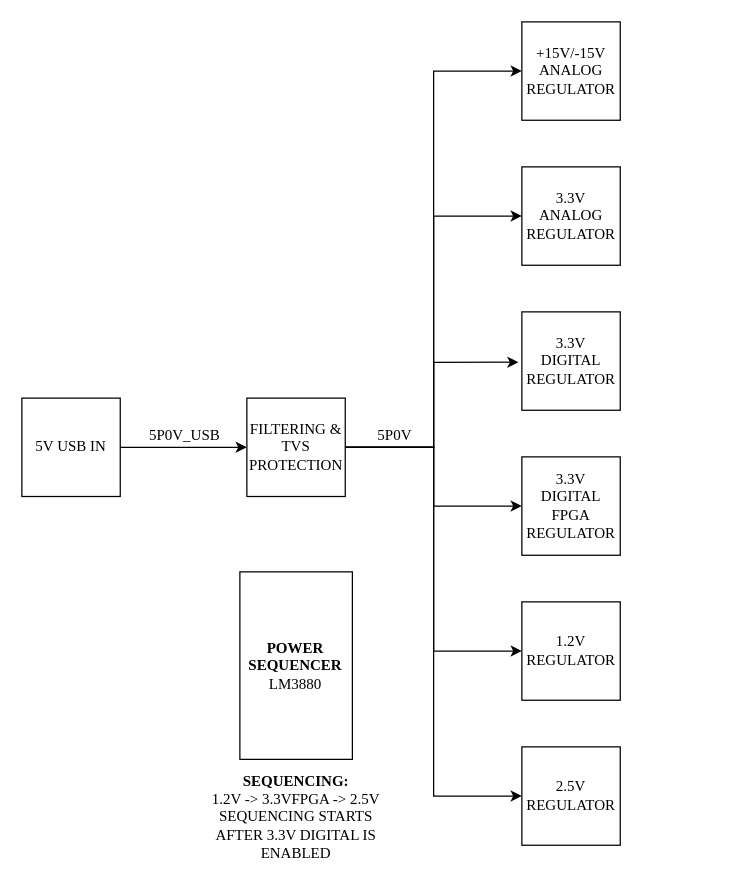
Before: page "Power" (2 of 4) of 1_hw/01_block_diagram/arb.drawio in brzyzek/arb, a draw.io diagram. Source tidied: cells renumbered, new cells numbered last; positions are measured from the earlier drawing's top-left corner, leaving out a move shared by most shapes. Both pictures are drawn from the tidied source at 125%, with x=0, y=0 at pixel (21, 21).
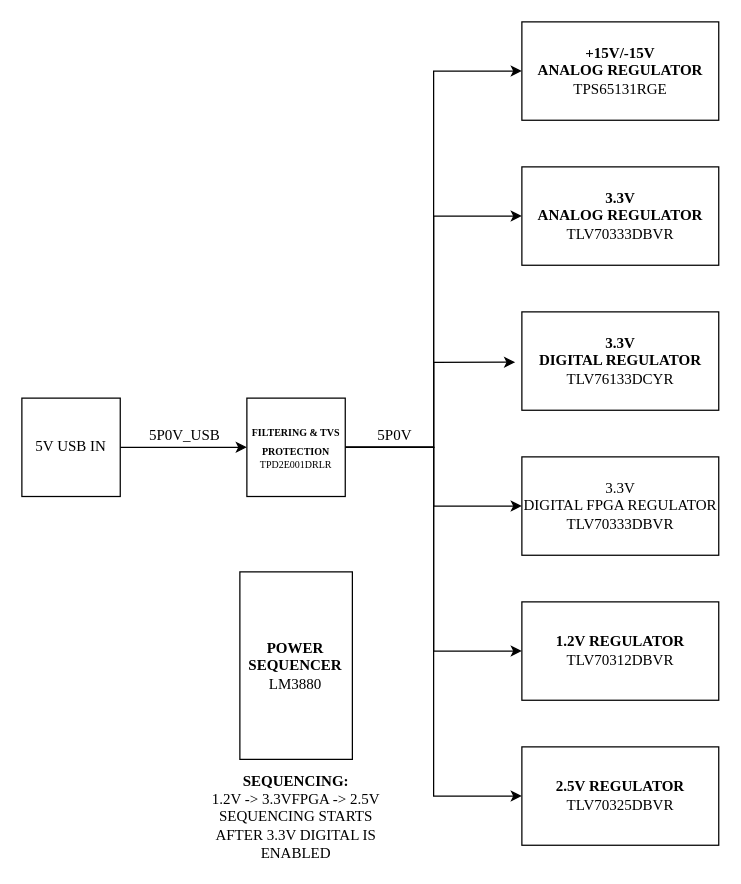
The same diagram, later.

Commit message (it also covers changes not shown here):
FEAT: Added Clocking Sheet, FPGA Flash, and FPGA Decoupling.

Diff of the diagram source:
```diff
@@
-    <mxCell id="2" value="1.2&lt;span style=&quot;background-color: initial;&quot;&gt;V REGULATOR&lt;/span&gt;" style="rounded=0;whiteSpace=wrap;html=1;fontFamily=Times New Roman;glass=0;shadow=0;" parent="1" vertex="1">
-      <mxGeometry x="400" y="464" width="78.7" height="78.7" as="geometry" />
+    <mxCell id="2" value="&lt;b&gt;1.2&lt;span style=&quot;background-color: initial;&quot;&gt;V REGULATOR&lt;/span&gt;&lt;/b&gt;&lt;div&gt;&lt;span style=&quot;background-color: initial;&quot;&gt;TLV70312DBVR&lt;br&gt;&lt;/span&gt;&lt;/div&gt;" style="rounded=0;whiteSpace=wrap;html=1;fontFamily=Times New Roman;glass=0;shadow=0;" parent="1" vertex="1">
+      <mxGeometry x="400" y="464" width="157.5" height="78.7" as="geometry" />
     </mxCell>
-    <mxCell id="3" value="3.3&lt;span style=&quot;background-color: initial;&quot;&gt;V&lt;/span&gt;&lt;div&gt;&lt;span style=&quot;background-color: initial;&quot;&gt;DIGITAL REGULATOR&lt;/span&gt;&lt;/div&gt;" style="rounded=0;whiteSpace=wrap;html=1;fontFamily=Times New Roman;glass=0;shadow=0;" parent="1" vertex="1">
-      <mxGeometry x="400" y="232" width="78.7" height="78.7" as="geometry" />
+    <mxCell id="3" value="&lt;b&gt;3.3&lt;span style=&quot;background-color: initial;&quot;&gt;V&lt;/span&gt;&lt;/b&gt;&lt;div&gt;&lt;span style=&quot;background-color: initial;&quot;&gt;&lt;b&gt;DIGITAL REGULATOR&lt;/b&gt;&lt;/span&gt;&lt;/div&gt;&lt;div&gt;&lt;span style=&quot;background-color: initial;&quot;&gt;TLV76133DCYR&lt;br&gt;&lt;/span&gt;&lt;/div&gt;" style="rounded=0;whiteSpace=wrap;html=1;fontFamily=Times New Roman;glass=0;shadow=0;" parent="1" vertex="1">
+      <mxGeometry x="400" y="232" width="157.5" height="78.7" as="geometry" />
     </mxCell>
@@
-    <mxCell id="14" value="FILTERING &amp;amp; TVS PROTECTION" style="rounded=0;whiteSpace=wrap;html=1;fontFamily=Times New Roman;glass=0;shadow=0;" parent="1" vertex="1">
+    <mxCell id="14" value="&lt;b style=&quot;font-size: 8px;&quot;&gt;&lt;font style=&quot;font-size: 8px;&quot;&gt;FILTERING &amp;amp; TVS PROTECTION&lt;/font&gt;&lt;/b&gt;&lt;div style=&quot;font-size: 8px;&quot;&gt;&lt;font style=&quot;font-size: 8px;&quot;&gt;TPD2E001DRLR&lt;/font&gt;&lt;br&gt;&lt;/div&gt;" style="rounded=0;whiteSpace=wrap;html=1;fontFamily=Times New Roman;glass=0;shadow=0;" parent="1" vertex="1">
       <mxGeometry x="180" y="301" width="78.7" height="78.7" as="geometry" />
     </mxCell>
-    <mxCell id="15" value="3.3&lt;span style=&quot;background-color: initial;&quot;&gt;V&lt;/span&gt;&lt;div&gt;&lt;span style=&quot;background-color: initial;&quot;&gt;ANALOG REGULATOR&lt;/span&gt;&lt;/div&gt;" style="rounded=0;whiteSpace=wrap;html=1;fontFamily=Times New Roman;glass=0;shadow=0;" parent="1" vertex="1">
-      <mxGeometry x="400" y="116" width="78.7" height="78.7" as="geometry" />
+    <mxCell id="15" value="&lt;b&gt;3.3&lt;span style=&quot;background-color: initial;&quot;&gt;V&lt;/span&gt;&lt;/b&gt;&lt;div&gt;&lt;span style=&quot;background-color: initial;&quot;&gt;&lt;b&gt;ANALOG REGULATOR&lt;/b&gt;&lt;/span&gt;&lt;/div&gt;&lt;div&gt;&lt;span style=&quot;background-color: initial;&quot;&gt;TLV70333DBVR&lt;br&gt;&lt;/span&gt;&lt;/div&gt;" style="rounded=0;whiteSpace=wrap;html=1;fontFamily=Times New Roman;glass=0;shadow=0;" parent="1" vertex="1">
+      <mxGeometry x="400" y="116" width="157.5" height="78.7" as="geometry" />
     </mxCell>
-    <mxCell id="16" value="&lt;span style=&quot;background-color: initial;&quot;&gt;2.5V REGULATOR&lt;/span&gt;" style="rounded=0;whiteSpace=wrap;html=1;fontFamily=Times New Roman;glass=0;shadow=0;" parent="1" vertex="1">
-      <mxGeometry x="400" y="580" width="78.7" height="78.7" as="geometry" />
+    <mxCell id="16" value="&lt;span style=&quot;background-color: initial;&quot;&gt;&lt;b&gt;2.5V REGULATOR&lt;/b&gt;&lt;/span&gt;&lt;div&gt;&lt;span style=&quot;background-color: initial;&quot;&gt;TLV70325DBVR&lt;br&gt;&lt;/span&gt;&lt;/div&gt;" style="rounded=0;whiteSpace=wrap;html=1;fontFamily=Times New Roman;glass=0;shadow=0;" parent="1" vertex="1">
+      <mxGeometry x="400" y="580" width="157.5" height="78.7" as="geometry" />
     </mxCell>
@@
-    <mxCell id="19" value="&lt;span style=&quot;background-color: initial;&quot;&gt;+15V/-15V&lt;/span&gt;&lt;div&gt;&lt;span style=&quot;background-color: initial;&quot;&gt;ANALOG REGULATOR&lt;/span&gt;&lt;/div&gt;" style="rounded=0;whiteSpace=wrap;html=1;fontFamily=Times New Roman;glass=0;shadow=0;" parent="1" vertex="1">
-      <mxGeometry x="400" width="78.7" height="78.7" as="geometry" />
+    <mxCell id="19" value="&lt;span style=&quot;background-color: initial;&quot;&gt;&lt;b&gt;+15V/-15V&lt;/b&gt;&lt;/span&gt;&lt;div&gt;&lt;span style=&quot;background-color: initial;&quot;&gt;&lt;b&gt;ANALOG REGULATOR&lt;/b&gt;&lt;/span&gt;&lt;/div&gt;&lt;div&gt;&lt;span style=&quot;background-color: initial;&quot;&gt;TPS65131RGE&lt;br&gt;&lt;/span&gt;&lt;/div&gt;" style="rounded=0;whiteSpace=wrap;html=1;fontFamily=Times New Roman;glass=0;shadow=0;" parent="1" vertex="1">
+      <mxGeometry x="400" width="157.5" height="78.7" as="geometry" />
     </mxCell>
-    <mxCell id="20" value="3.3&lt;span style=&quot;background-color: initial;&quot;&gt;V&lt;/span&gt;&lt;div&gt;&lt;span style=&quot;background-color: initial;&quot;&gt;DIGITAL FPGA REGULATOR&lt;/span&gt;&lt;/div&gt;" style="rounded=0;whiteSpace=wrap;html=1;fontFamily=Times New Roman;glass=0;shadow=0;" parent="1" vertex="1">
-      <mxGeometry x="400" y="348" width="78.7" height="78.7" as="geometry" />
+    <mxCell id="20" value="3.3&lt;span style=&quot;background-color: initial;&quot;&gt;V&lt;/span&gt;&lt;div&gt;&lt;span style=&quot;background-color: initial;&quot;&gt;DIGITAL FPGA REGULATOR&lt;/span&gt;&lt;/div&gt;&lt;div&gt;&lt;span style=&quot;background-color: initial;&quot;&gt;TLV70333DBVR&lt;br&gt;&lt;/span&gt;&lt;/div&gt;" style="rounded=0;whiteSpace=wrap;html=1;fontFamily=Times New Roman;glass=0;shadow=0;" parent="1" vertex="1">
+      <mxGeometry x="400" y="348" width="157.5" height="78.7" as="geometry" />
     </mxCell>
```
